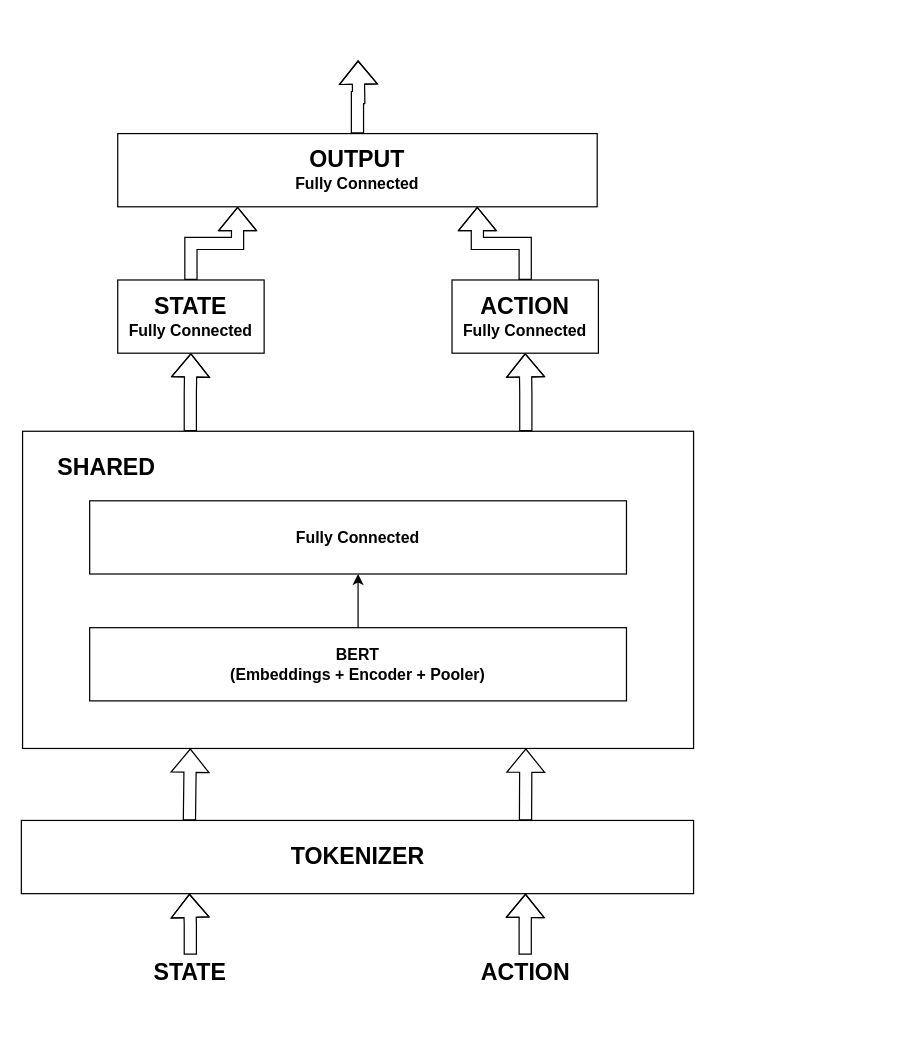
Before: diagrams/bert_fnn.drawio in vibalcam/text-games, a draw.io diagram. Source tidied: cells renumbered, new cells numbered last; positions are measured from the earlier drawing's top-left corner, leaving out a move shared by most shapes. Both pictures are drawn from the tidied source at 122%, with x=0, y=0 at pixel (21, 60).
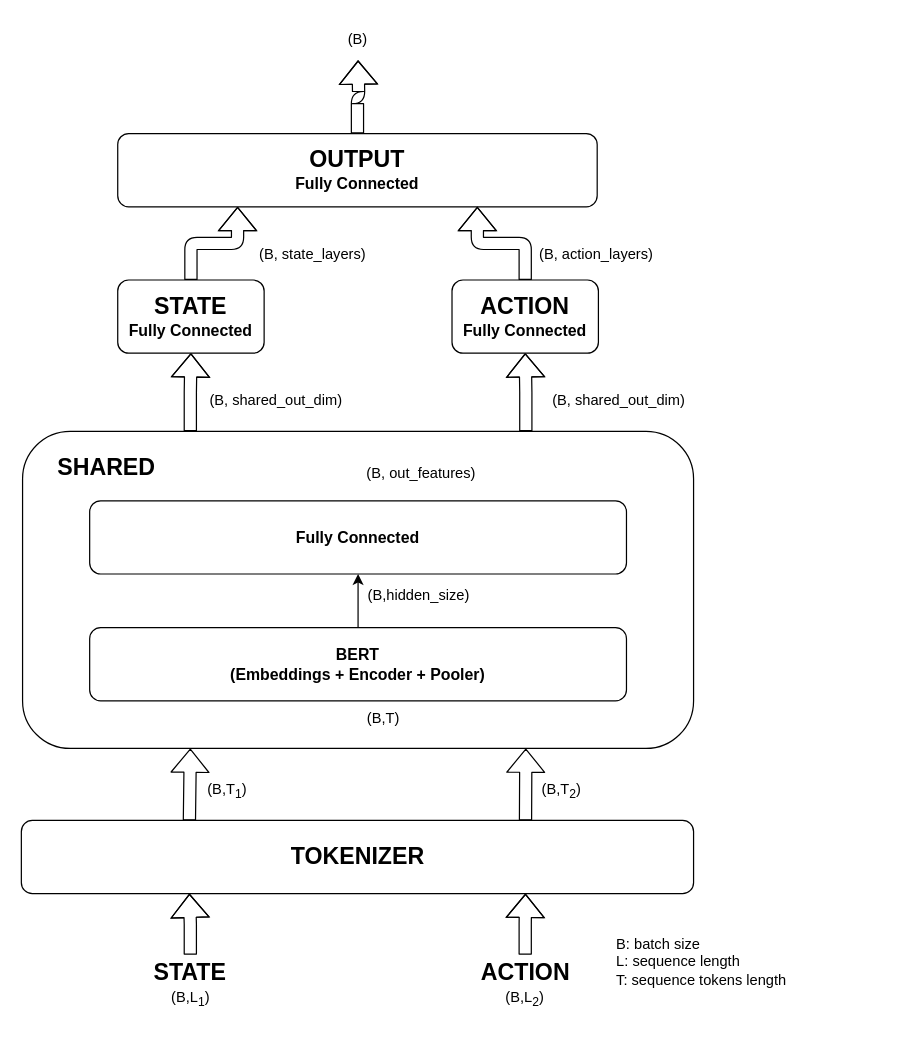
The same page after the edit.

The edit, as a diff of the source:
```diff
@@
-    <mxCell id="2" style="edgeStyle=orthogonalEdgeStyle;rounded=0;jettySize=auto;html=1;exitX=0.25;exitY=0;exitDx=0;exitDy=0;fontSize=13;shape=flexArrow;" parent="1" edge="1" source="4" target="18">
+    <mxCell id="2" style="edgeStyle=orthogonalEdgeStyle;rounded=1;jettySize=auto;html=1;exitX=0.25;exitY=0;exitDx=0;exitDy=0;fontSize=13;shape=flexArrow;" parent="1" edge="1" source="4" target="18">
       <mxGeometry relative="1" as="geometry" />
     </mxCell>
-    <mxCell id="3" style="edgeStyle=orthogonalEdgeStyle;rounded=0;jettySize=auto;html=1;exitX=0.75;exitY=0;exitDx=0;exitDy=0;entryX=0.5;entryY=1;entryDx=0;entryDy=0;fontSize=13;shape=flexArrow;" parent="1" edge="1" source="4" target="22">
+    <mxCell id="3" style="edgeStyle=orthogonalEdgeStyle;rounded=1;jettySize=auto;html=1;exitX=0.75;exitY=0;exitDx=0;exitDy=0;entryX=0.5;entryY=1;entryDx=0;entryDy=0;fontSize=13;shape=flexArrow;" parent="1" edge="1" source="4" target="22">
       <mxGeometry relative="1" as="geometry" />
     </mxCell>
-    <mxCell id="4" style="rounded=0;whiteSpace=wrap;html=1;" parent="1" vertex="1">
+    <mxCell id="4" style="rounded=1;whiteSpace=wrap;html=1;" parent="1" vertex="1">
       <mxGeometry x="1" y="304" width="550" height="260" as="geometry" />
     </mxCell>
-    <mxCell id="5" style="edgeStyle=orthogonalEdgeStyle;rounded=0;jettySize=auto;html=1;fontSize=13;" parent="1" edge="1" source="6" target="12">
+    <mxCell id="5" style="edgeStyle=orthogonalEdgeStyle;rounded=1;jettySize=auto;html=1;fontSize=13;" parent="1" edge="1" source="6" target="12">
       <mxGeometry relative="1" as="geometry" />
     </mxCell>
-    <mxCell id="6" value="&lt;b&gt;&lt;font style=&quot;font-size: 13px&quot;&gt;BERT&lt;br&gt;(Embeddings + Encoder + Pooler)&lt;br&gt;&lt;/font&gt;&lt;/b&gt;" style="rounded=0;whiteSpace=wrap;html=1;" parent="1" vertex="1">
+    <mxCell id="6" value="&lt;b&gt;&lt;font style=&quot;font-size: 13px&quot;&gt;BERT&lt;br&gt;(Embeddings + Encoder + Pooler)&lt;br&gt;&lt;/font&gt;&lt;/b&gt;" style="rounded=1;whiteSpace=wrap;html=1;" parent="1" vertex="1">
       <mxGeometry x="56" y="465" width="440" height="60" as="geometry" />
     </mxCell>
-    <mxCell id="7" value="&lt;b&gt;&lt;font style=&quot;font-size: 19px&quot;&gt;SHARED&lt;/font&gt;&lt;/b&gt;" style="text;html=1;strokeColor=none;fillColor=none;align=center;verticalAlign=middle;whiteSpace=wrap;rounded=0;" parent="1" vertex="1">
+    <mxCell id="7" value="&lt;b&gt;&lt;font style=&quot;font-size: 19px&quot;&gt;SHARED&lt;/font&gt;&lt;/b&gt;" style="text;html=1;strokeColor=none;fillColor=none;align=center;verticalAlign=middle;whiteSpace=wrap;rounded=1;" parent="1" vertex="1">
       <mxGeometry x="20" y="314" width="100" height="40" as="geometry" />
     </mxCell>
-    <mxCell id="8" style="edgeStyle=orthogonalEdgeStyle;shape=flexArrow;rounded=0;jettySize=auto;html=1;exitX=0.5;exitY=0;exitDx=0;exitDy=0;entryX=0.25;entryY=1;entryDx=0;entryDy=0;fontSize=19;" parent="1" edge="1" source="9" target="13">
+    <mxCell id="8" style="edgeStyle=orthogonalEdgeStyle;shape=flexArrow;rounded=1;jettySize=auto;html=1;exitX=0.5;exitY=0;exitDx=0;exitDy=0;entryX=0.25;entryY=1;entryDx=0;entryDy=0;fontSize=19;" parent="1" edge="1" source="9" target="13">
       <mxGeometry relative="1" as="geometry" />
     </mxCell>
-    <mxCell id="9" value="&lt;b&gt;STATE&lt;/b&gt;" style="text;html=1;strokeColor=none;fillColor=none;align=center;verticalAlign=middle;whiteSpace=wrap;rounded=0;fontSize=19;" parent="1" vertex="1">
+    <mxCell id="9" value="&lt;b&gt;STATE&lt;/b&gt;" style="text;html=1;strokeColor=none;fillColor=none;align=center;verticalAlign=middle;whiteSpace=wrap;rounded=1;fontSize=19;" parent="1" vertex="1">
       <mxGeometry x="102" y="733" width="73" height="30" as="geometry" />
     </mxCell>
-    <mxCell id="10" style="edgeStyle=orthogonalEdgeStyle;shape=flexArrow;rounded=0;jettySize=auto;html=1;exitX=0.5;exitY=0;exitDx=0;exitDy=0;entryX=0.75;entryY=1;entryDx=0;entryDy=0;fontSize=19;" parent="1" edge="1" source="11" target="13">
+    <mxCell id="10" style="edgeStyle=orthogonalEdgeStyle;shape=flexArrow;rounded=1;jettySize=auto;html=1;exitX=0.5;exitY=0;exitDx=0;exitDy=0;entryX=0.75;entryY=1;entryDx=0;entryDy=0;fontSize=19;" parent="1" edge="1" source="11" target="13">
       <mxGeometry relative="1" as="geometry" />
     </mxCell>
-    <mxCell id="11" value="&lt;b&gt;ACTION&lt;/b&gt;" style="text;html=1;strokeColor=none;fillColor=none;align=center;verticalAlign=middle;whiteSpace=wrap;rounded=0;fontSize=19;" parent="1" vertex="1">
+    <mxCell id="11" value="&lt;b&gt;ACTION&lt;/b&gt;" style="text;html=1;strokeColor=none;fillColor=none;align=center;verticalAlign=middle;whiteSpace=wrap;rounded=1;fontSize=19;" parent="1" vertex="1">
       <mxGeometry x="373.5" y="733" width="79" height="30" as="geometry" />
     </mxCell>
-    <mxCell id="12" value="&lt;b&gt;&lt;font style=&quot;font-size: 13px&quot;&gt;Fully Connected&lt;/font&gt;&lt;/b&gt;" style="rounded=0;whiteSpace=wrap;html=1;" parent="1" vertex="1">
+    <mxCell id="12" value="&lt;b&gt;&lt;font style=&quot;font-size: 13px&quot;&gt;Fully Connected&lt;/font&gt;&lt;/b&gt;" style="rounded=1;whiteSpace=wrap;html=1;" parent="1" vertex="1">
       <mxGeometry x="56" y="361" width="440" height="60" as="geometry" />
     </mxCell>
-    <mxCell id="13" style="rounded=0;whiteSpace=wrap;html=1;fontSize=13;" parent="1" vertex="1">
+    <mxCell id="13" style="rounded=1;whiteSpace=wrap;html=1;fontSize=13;" parent="1" vertex="1">
       <mxGeometry y="623" width="551" height="60" as="geometry" />
     </mxCell>
-    <mxCell id="14" style="shape=flexArrow;endArrow=classic;html=1;rounded=0;fontSize=13;exitX=0.75;exitY=0;exitDx=0;exitDy=0;entryX=0.75;entryY=1;entryDx=0;entryDy=0;" parent="1" edge="1" source="13" target="4">
+    <mxCell id="14" style="shape=flexArrow;endArrow=classic;html=1;rounded=1;fontSize=13;exitX=0.75;exitY=0;exitDx=0;exitDy=0;entryX=0.75;entryY=1;entryDx=0;entryDy=0;" parent="1" edge="1" source="13" target="4">
       <mxGeometry relative="1" as="geometry" />
     </mxCell>
-    <mxCell id="15" style="shape=flexArrow;endArrow=classic;html=1;rounded=0;fontSize=13;exitX=0.25;exitY=0;exitDx=0;exitDy=0;entryX=0.25;entryY=1;entryDx=0;entryDy=0;" parent="1" edge="1" source="13" target="4">
+    <mxCell id="15" style="shape=flexArrow;endArrow=classic;html=1;rounded=1;fontSize=13;exitX=0.25;exitY=0;exitDx=0;exitDy=0;entryX=0.25;entryY=1;entryDx=0;entryDy=0;" parent="1" edge="1" source="13" target="4">
       <mxGeometry relative="1" as="geometry" />
     </mxCell>
-    <mxCell id="16" value="&lt;b&gt;&lt;font style=&quot;font-size: 19px&quot;&gt;TOKENIZER&lt;/font&gt;&lt;/b&gt;" style="text;html=1;strokeColor=none;fillColor=none;align=center;verticalAlign=middle;whiteSpace=wrap;rounded=0;" parent="1" vertex="1">
+    <mxCell id="16" value="&lt;b&gt;&lt;font style=&quot;font-size: 19px&quot;&gt;TOKENIZER&lt;/font&gt;&lt;/b&gt;" style="text;html=1;strokeColor=none;fillColor=none;align=center;verticalAlign=middle;whiteSpace=wrap;rounded=1;" parent="1" vertex="1">
       <mxGeometry x="199" y="633" width="154" height="40" as="geometry" />
     </mxCell>
-    <mxCell id="17" style="edgeStyle=orthogonalEdgeStyle;shape=flexArrow;rounded=0;jettySize=auto;html=1;exitX=0.5;exitY=0;exitDx=0;exitDy=0;entryX=0.25;entryY=1;entryDx=0;entryDy=0;fontSize=13;" parent="1" edge="1" source="18" target="20">
+    <mxCell id="17" style="edgeStyle=orthogonalEdgeStyle;shape=flexArrow;rounded=1;jettySize=auto;html=1;exitX=0.5;exitY=0;exitDx=0;exitDy=0;entryX=0.25;entryY=1;entryDx=0;entryDy=0;fontSize=13;" parent="1" edge="1" source="18" target="20">
       <mxGeometry relative="1" as="geometry" />
     </mxCell>
-    <mxCell id="18" value="&lt;b&gt;&lt;font style=&quot;font-size: 19px&quot;&gt;STATE&lt;/font&gt;&lt;br&gt;Fully Connected&lt;br&gt;&lt;/b&gt;" style="rounded=0;whiteSpace=wrap;html=1;fontSize=13;" parent="1" vertex="1">
+    <mxCell id="18" value="&lt;b&gt;&lt;font style=&quot;font-size: 19px&quot;&gt;STATE&lt;/font&gt;&lt;br&gt;Fully Connected&lt;br&gt;&lt;/b&gt;" style="rounded=1;whiteSpace=wrap;html=1;fontSize=13;" parent="1" vertex="1">
       <mxGeometry x="79" y="180" width="120" height="60" as="geometry" />
     </mxCell>
-    <mxCell id="19" style="edgeStyle=orthogonalEdgeStyle;shape=flexArrow;rounded=0;jettySize=auto;html=1;exitX=0.5;exitY=0;exitDx=0;exitDy=0;fontSize=13;" parent="1" edge="1" source="20">
+    <mxCell id="19" style="edgeStyle=orthogonalEdgeStyle;shape=flexArrow;rounded=1;jettySize=auto;html=1;exitX=0.5;exitY=0;exitDx=0;exitDy=0;fontSize=13;" parent="1" edge="1" source="20">
       <mxGeometry relative="1" as="geometry">
         <mxPoint x="276" as="targetPoint" />
       </mxGeometry>
     </mxCell>
-    <mxCell id="20" value="&lt;b&gt;&lt;font style=&quot;font-size: 19px&quot;&gt;OUTPUT&lt;/font&gt;&lt;br&gt;Fully Connected&lt;/b&gt;" style="rounded=0;whiteSpace=wrap;html=1;fontSize=13;" parent="1" vertex="1">
+    <mxCell id="20" value="&lt;b&gt;&lt;font style=&quot;font-size: 19px&quot;&gt;OUTPUT&lt;/font&gt;&lt;br&gt;Fully Connected&lt;/b&gt;" style="rounded=1;whiteSpace=wrap;html=1;fontSize=13;" parent="1" vertex="1">
       <mxGeometry x="79" y="60" width="393" height="60" as="geometry" />
     </mxCell>
-    <mxCell id="21" style="edgeStyle=orthogonalEdgeStyle;shape=flexArrow;rounded=0;jettySize=auto;html=1;exitX=0.5;exitY=0;exitDx=0;exitDy=0;entryX=0.75;entryY=1;entryDx=0;entryDy=0;fontSize=13;" parent="1" edge="1" source="22" target="20">
+    <mxCell id="21" style="edgeStyle=orthogonalEdgeStyle;shape=flexArrow;rounded=1;jettySize=auto;html=1;exitX=0.5;exitY=0;exitDx=0;exitDy=0;entryX=0.75;entryY=1;entryDx=0;entryDy=0;fontSize=13;" parent="1" edge="1" source="22" target="20">
       <mxGeometry relative="1" as="geometry" />
     </mxCell>
-    <mxCell id="22" value="&lt;b&gt;&lt;font style=&quot;font-size: 19px&quot;&gt;ACTION&lt;/font&gt;&lt;br&gt;Fully Connected&lt;br&gt;&lt;/b&gt;" style="rounded=0;whiteSpace=wrap;html=1;fontSize=13;" parent="1" vertex="1">
+    <mxCell id="22" value="&lt;b&gt;&lt;font style=&quot;font-size: 19px&quot;&gt;ACTION&lt;/font&gt;&lt;br&gt;Fully Connected&lt;br&gt;&lt;/b&gt;" style="rounded=1;whiteSpace=wrap;html=1;fontSize=13;" parent="1" vertex="1">
       <mxGeometry x="353" y="180" width="120" height="60" as="geometry" />
     </mxCell>
+    <mxCell id="23" value="&lt;div&gt;B: batch size&lt;/div&gt;&lt;div&gt;L: sequence length&lt;/div&gt;&lt;div&gt;T: sequence tokens length&lt;/div&gt;" style="text;html=1;strokeColor=none;fillColor=none;align=left;verticalAlign=middle;whiteSpace=wrap;rounded=1;" parent="1" vertex="1">
+      <mxGeometry x="486" y="694" width="221" height="90" as="geometry" />
+    </mxCell>
+    <mxCell id="24" value="(B,L&lt;sub&gt;2&lt;/sub&gt;)" style="text;html=1;strokeColor=none;fillColor=none;align=center;verticalAlign=middle;whiteSpace=wrap;rounded=1;" parent="1" vertex="1">
+      <mxGeometry x="383" y="754" width="60" height="30" as="geometry" />
+    </mxCell>
+    <mxCell id="25" value="(B,L&lt;sub&gt;1&lt;/sub&gt;)" style="text;html=1;strokeColor=none;fillColor=none;align=center;verticalAlign=middle;whiteSpace=wrap;rounded=1;" parent="1" vertex="1">
+      <mxGeometry x="109" y="754" width="60" height="30" as="geometry" />
+    </mxCell>
+    <mxCell id="26" value="(B,T&lt;sub&gt;1&lt;/sub&gt;)" style="text;html=1;strokeColor=none;fillColor=none;align=center;verticalAlign=middle;whiteSpace=wrap;rounded=1;" parent="1" vertex="1">
+      <mxGeometry x="139" y="584" width="60" height="30" as="geometry" />
+    </mxCell>
+    <mxCell id="27" value="(B,T&lt;sub&gt;2&lt;/sub&gt;)" style="text;html=1;strokeColor=none;fillColor=none;align=center;verticalAlign=middle;whiteSpace=wrap;rounded=1;" parent="1" vertex="1">
+      <mxGeometry x="413" y="584" width="60" height="30" as="geometry" />
+    </mxCell>
+    <mxCell id="28" value="(B,T)" style="text;html=1;strokeColor=none;fillColor=none;align=center;verticalAlign=middle;whiteSpace=wrap;rounded=1;" parent="1" vertex="1">
+      <mxGeometry x="277.5" y="525" width="37.5" height="30" as="geometry" />
+    </mxCell>
+    <mxCell id="29" value="(B,hidden_size)" style="text;html=1;strokeColor=none;fillColor=none;align=center;verticalAlign=middle;whiteSpace=wrap;rounded=1;" parent="1" vertex="1">
+      <mxGeometry x="277.5" y="423.5" width="96" height="30" as="geometry" />
+    </mxCell>
+    <mxCell id="30" value="(B, out_features)" style="text;html=1;strokeColor=none;fillColor=none;align=center;verticalAlign=middle;whiteSpace=wrap;rounded=1;" parent="1" vertex="1">
+      <mxGeometry x="277.5" y="324" width="100" height="30" as="geometry" />
+    </mxCell>
+    <mxCell id="31" value="(B, shared_out_dim)" style="text;html=1;strokeColor=none;fillColor=none;align=center;verticalAlign=middle;whiteSpace=wrap;rounded=1;" parent="1" vertex="1">
+      <mxGeometry x="420" y="264" width="140" height="30" as="geometry" />
+    </mxCell>
+    <mxCell id="32" value="(B, shared_out_dim)" style="text;html=1;strokeColor=none;fillColor=none;align=center;verticalAlign=middle;whiteSpace=wrap;rounded=1;" parent="1" vertex="1">
+      <mxGeometry x="139" y="264" width="140" height="30" as="geometry" />
+    </mxCell>
+    <mxCell id="33" value="(B, action_layers)" style="text;html=1;strokeColor=none;fillColor=none;align=center;verticalAlign=middle;whiteSpace=wrap;rounded=1;" parent="1" vertex="1">
+      <mxGeometry x="413" y="144" width="117" height="30" as="geometry" />
+    </mxCell>
+    <mxCell id="34" value="(B, state_layers)" style="text;html=1;strokeColor=none;fillColor=none;align=center;verticalAlign=middle;whiteSpace=wrap;rounded=1;" parent="1" vertex="1">
+      <mxGeometry x="169" y="144" width="140" height="30" as="geometry" />
+    </mxCell>
+    <mxCell id="35" value="(B)" style="text;html=1;strokeColor=none;fillColor=none;align=center;verticalAlign=middle;whiteSpace=wrap;rounded=1;" parent="1" vertex="1">
+      <mxGeometry x="205.5" y="-32" width="140" height="30" as="geometry" />
+    </mxCell>
```
